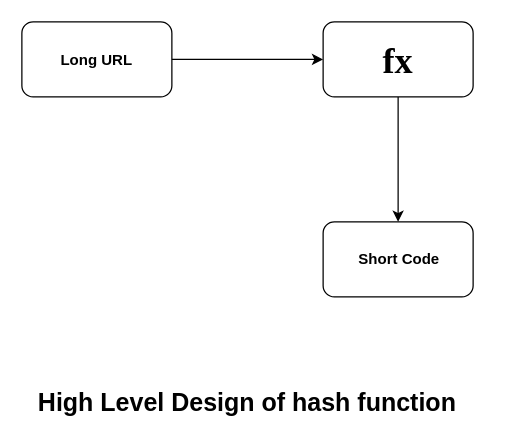
Earlier version of the draw.io diagram diagrams/url-shortener-algorithm.drawio (rabbicse/go-projects). Source tidied: cells renumbered, new cells numbered last; positions are measured from the earlier drawing's top-left corner, leaving out a move shared by most shapes. Both pictures are drawn from the tidied source at 125%, with x=0, y=0 at pixel (21, 21).
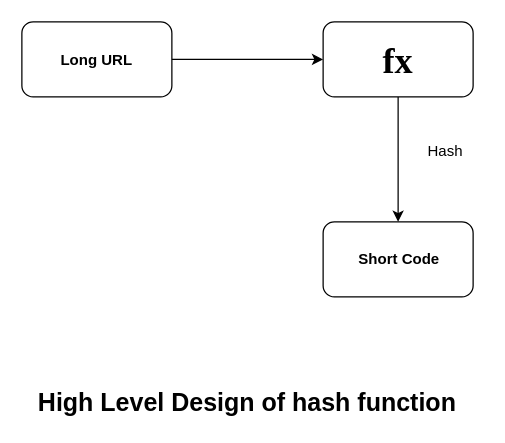
The same diagram, later.

Diff of the diagram source:
```diff
@@
 <mxGraphModel>
   <root>
     <mxCell id="0" />
     <mxCell id="1" parent="0" />
     <mxCell id="2" style="rounded=1;whiteSpace=wrap;html=1;" parent="1" vertex="1">
       <mxGeometry width="120" height="60" as="geometry" />
     </mxCell>
     <mxCell id="3" style="rounded=1;whiteSpace=wrap;html=1;" parent="1" vertex="1">
       <mxGeometry x="241" width="120" height="60" as="geometry" />
     </mxCell>
     <mxCell id="4" value="Long URL" style="text;html=1;align=center;verticalAlign=middle;whiteSpace=wrap;rounded=0;fontStyle=1;" parent="1" vertex="1">
       <mxGeometry x="30" y="16" width="60" height="30" as="geometry" />
     </mxCell>
     <mxCell id="5" style="endArrow=classic;html=1;rounded=0;exitX=1;exitY=0.5;exitDx=0;exitDy=0;entryX=0;entryY=0.5;entryDx=0;entryDy=0;" parent="1" edge="1" source="2" target="3">
       <mxGeometry relative="1" as="geometry" />
     </mxCell>
     <mxCell id="6" value="fx" style="text;html=1;align=center;verticalAlign=middle;whiteSpace=wrap;rounded=0;fontFamily=Garamond;fontStyle=1;fontSize=29;" parent="1" vertex="1">
       <mxGeometry x="271" y="16" width="60" height="30" as="geometry" />
     </mxCell>
     <mxCell id="7" style="rounded=1;whiteSpace=wrap;html=1;" parent="1" vertex="1">
       <mxGeometry x="241" y="160" width="120" height="60" as="geometry" />
     </mxCell>
     <mxCell id="8" style="endArrow=classic;html=1;rounded=0;exitX=0.5;exitY=1;exitDx=0;exitDy=0;" parent="1" edge="1" source="3" target="7">
       <mxGeometry relative="1" as="geometry" />
     </mxCell>
     <mxCell id="9" value="Short Code" style="text;html=1;align=center;verticalAlign=middle;whiteSpace=wrap;rounded=0;fontStyle=1;" parent="1" vertex="1">
       <mxGeometry x="262" y="175" width="80" height="30" as="geometry" />
     </mxCell>
     <mxCell id="10" value="High Level Design of hash function" style="text;html=1;align=center;verticalAlign=middle;whiteSpace=wrap;rounded=0;fontStyle=1;fontSize=20;" parent="1" vertex="1">
       <mxGeometry x="1" y="289" width="359" height="30" as="geometry" />
     </mxCell>
+    <mxCell id="11" value="Hash" style="text;html=1;align=center;verticalAlign=middle;whiteSpace=wrap;rounded=0;" parent="1" vertex="1">
+      <mxGeometry x="309" y="89" width="60" height="30" as="geometry" />
+    </mxCell>
   </root>
 </mxGraphModel>
```
